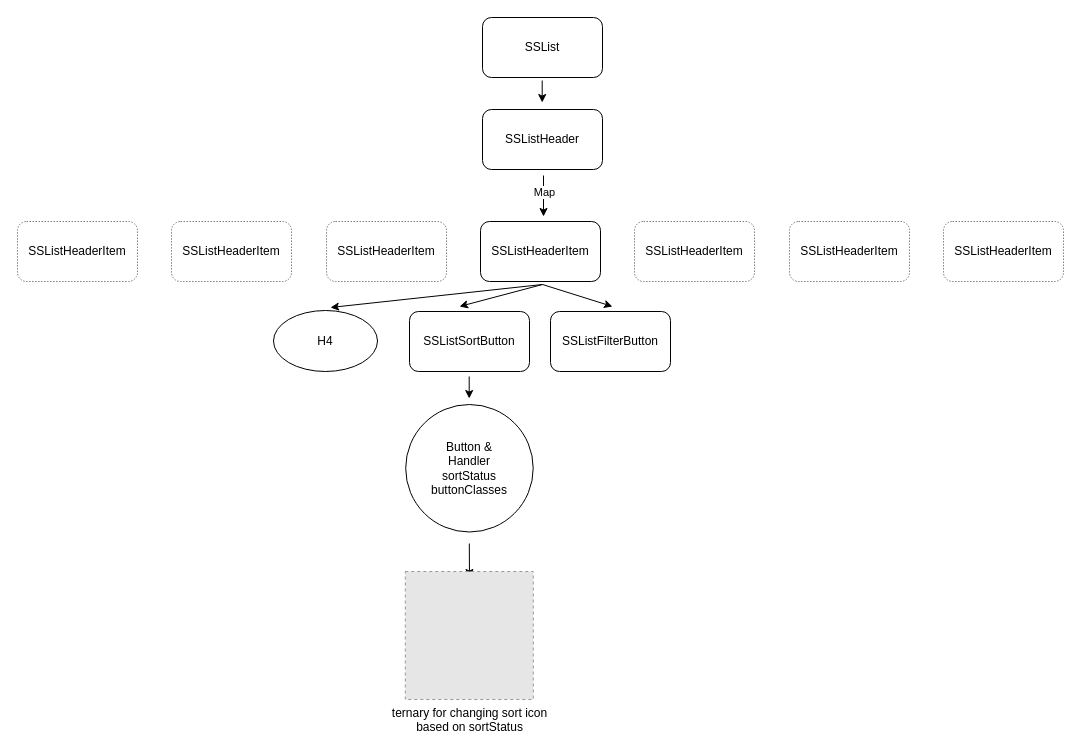
Earlier version of the draw.io diagram admin/drawio/SSList.drawio (ScottFeichter/cap-stone-do-reg-mi-app). Source tidied: cells renumbered, new cells numbered last; positions are measured from the earlier drawing's top-left corner, leaving out a move shared by most shapes. Both pictures are drawn from the tidied source at 100%, with x=0, y=0 at pixel (17, 17). Pictures stored in the file or linked from it are replaced by grey dashed boxes.
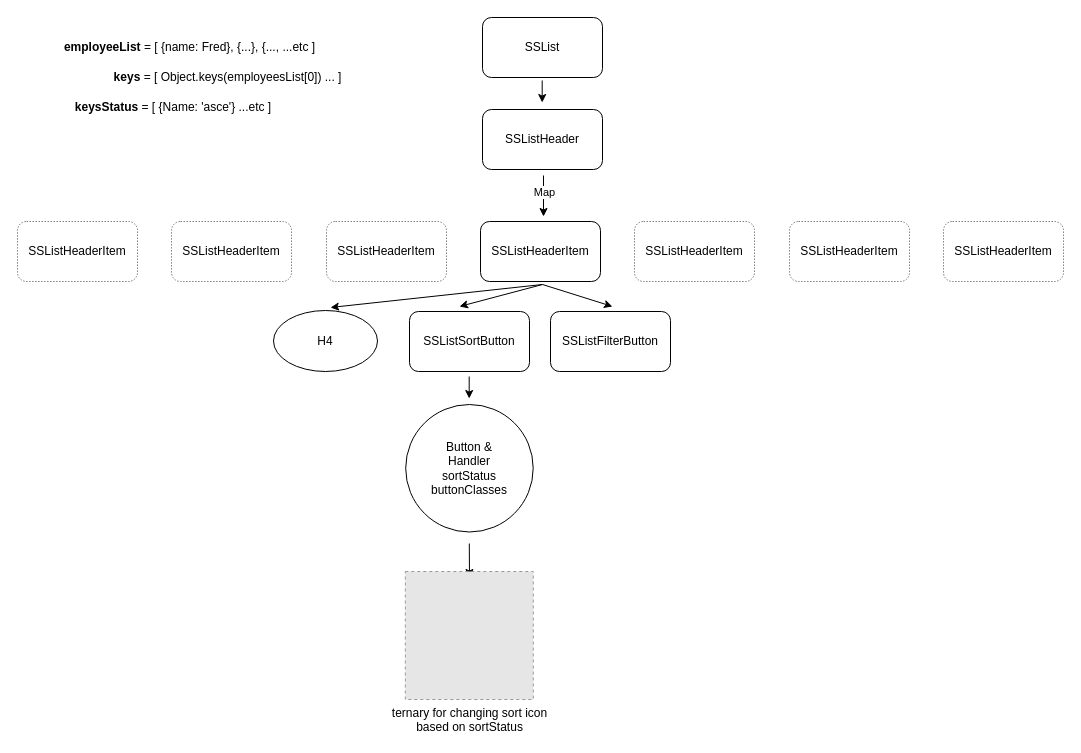
The same page after the edit.

Commit message (it also covers changes not shown here):
misc (msg via sh alias)

The edit, as a diff of the source:
```diff
@@
+    <mxCell id="24" value="&lt;b&gt;employeeList&lt;/b&gt; = [ {name: Fred}, {...}, {..., ...etc ]" style="text;html=1;align=center;verticalAlign=middle;whiteSpace=wrap;rounded=0;" parent="1" vertex="1">
+      <mxGeometry x="10" y="15" width="325" height="30" as="geometry" />
+    </mxCell>
+    <mxCell id="25" value="&lt;b&gt;keys&lt;/b&gt; = [ Object.keys(employeesList[0]) ... ]" style="text;html=1;align=center;verticalAlign=middle;whiteSpace=wrap;rounded=0;" parent="1" vertex="1">
+      <mxGeometry x="61" y="45" width="299" height="30" as="geometry" />
+    </mxCell>
+    <mxCell id="26" value="&lt;b&gt;keysStatus&lt;/b&gt; = [ {Name: 'asce'} ...etc ]" style="text;html=1;align=center;verticalAlign=middle;whiteSpace=wrap;rounded=0;" parent="1" vertex="1">
+      <mxGeometry x="32" y="75" width="248" height="30" as="geometry" />
+    </mxCell>
```
